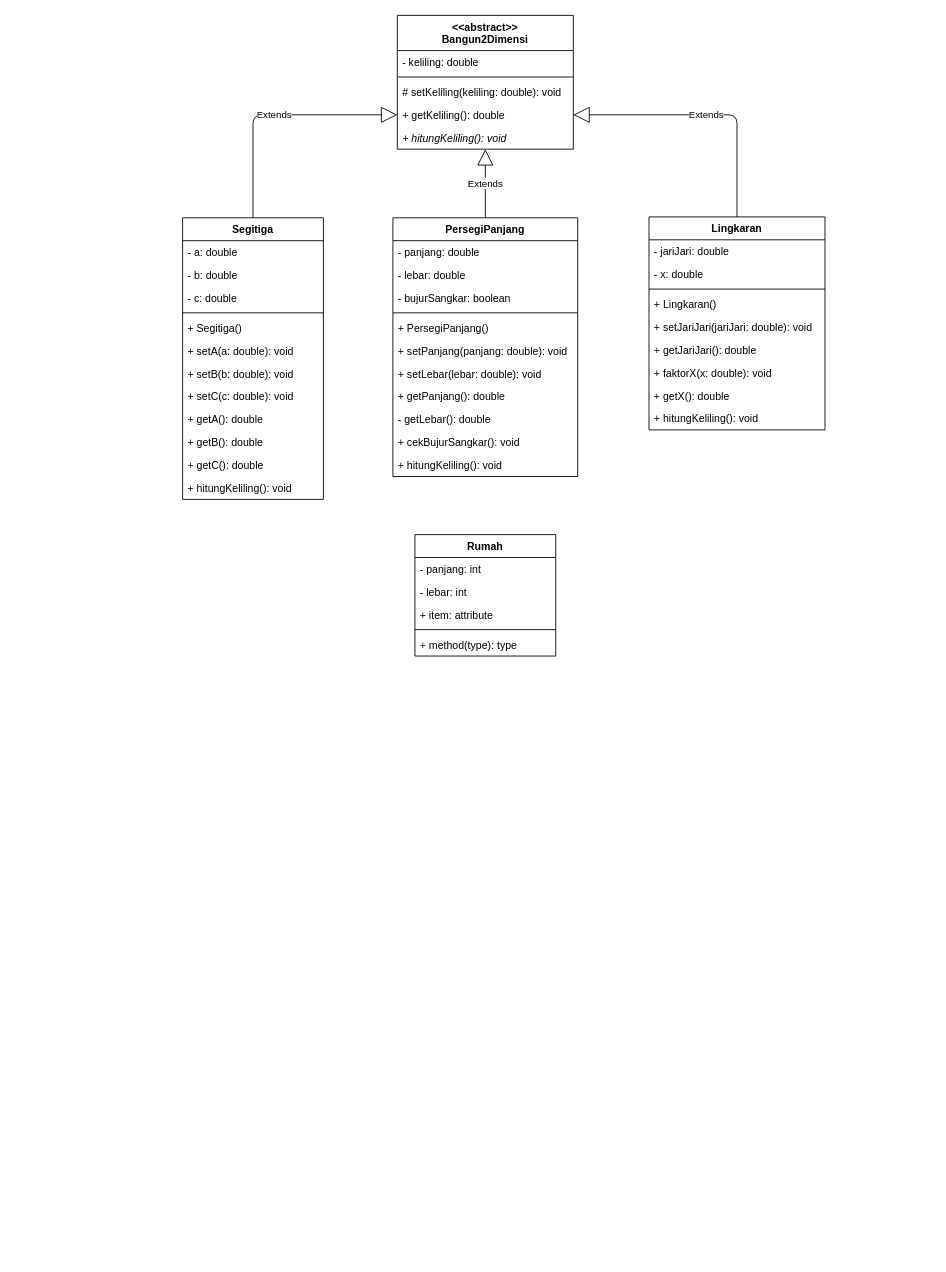
freyaldi/unsri-4-OOP keeps this draw.io diagram as Task02.drawio. Above is the earlier version. Source tidied: cells renumbered, new cells numbered last; positions are measured from the earlier drawing's top-left corner, leaving out a move shared by most shapes. Both pictures are drawn from the tidied source at 88%, with x=0, y=0 at pixel (182, 15).
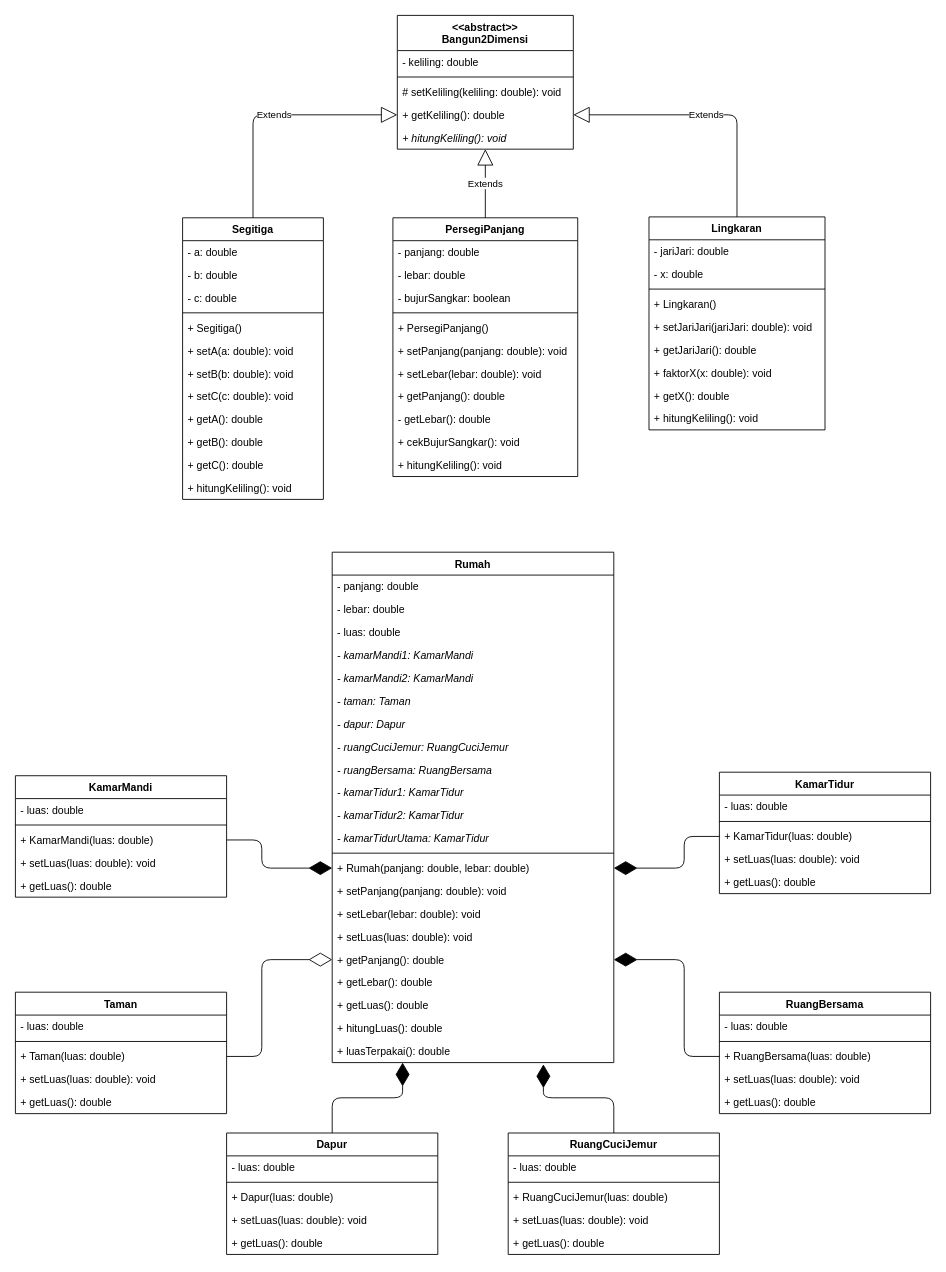
After the change.

Change to the diagram source:
```diff
@@
+    <mxCell id="53" style="group;" parent="1" vertex="1">
+      <mxGeometry x="-190" y="610" width="1040" height="798" as="geometry" />
+    </mxCell>
-    <mxCell id="47" value="Rumah" style="swimlane;fontStyle=1;align=center;verticalAlign=top;horizontal=1;startSize=26;" parent="1" vertex="1">
-      <mxGeometry x="264" y="590" width="160" height="138" as="geometry" />
+    <mxCell id="47" value="Rumah" style="swimlane;fontStyle=1;align=center;verticalAlign=top;horizontal=1;startSize=26;" parent="53" vertex="1">
+      <mxGeometry x="360" width="320" height="580" as="geometry" />
     </mxCell>
-    <mxCell id="48" value="- panjang: int" style="text;strokeColor=none;fillColor=none;align=left;verticalAlign=top;spacingLeft=4;spacingRight=4;overflow=hidden;" parent="47" vertex="1">
-      <mxGeometry y="26" width="160" height="26" as="geometry" />
+    <mxCell id="48" value="- panjang: double" style="text;strokeColor=none;fillColor=none;align=left;verticalAlign=top;spacingLeft=4;spacingRight=4;overflow=hidden;" parent="47" vertex="1">
+      <mxGeometry y="26" width="320" height="26" as="geometry" />
     </mxCell>
-    <mxCell id="49" value="- lebar: int" style="text;strokeColor=none;fillColor=none;align=left;verticalAlign=top;spacingLeft=4;spacingRight=4;overflow=hidden;" parent="47" vertex="1">
-      <mxGeometry y="52" width="160" height="26" as="geometry" />
+    <mxCell id="49" value="- lebar: double" style="text;strokeColor=none;fillColor=none;align=left;verticalAlign=top;spacingLeft=4;spacingRight=4;overflow=hidden;" parent="47" vertex="1">
+      <mxGeometry y="52" width="320" height="26" as="geometry" />
     </mxCell>
-    <mxCell id="50" value="+ item: attribute" style="text;strokeColor=none;fillColor=none;align=left;verticalAlign=top;spacingLeft=4;spacingRight=4;overflow=hidden;" parent="47" vertex="1">
-      <mxGeometry y="78" width="160" height="26" as="geometry" />
+    <mxCell id="50" value="- luas: double" style="text;strokeColor=none;fillColor=none;align=left;verticalAlign=top;spacingLeft=4;spacingRight=4;overflow=hidden;" parent="47" vertex="1">
+      <mxGeometry y="78" width="320" height="26" as="geometry" />
     </mxCell>
+    <mxCell id="54" value="- kamarMandi1: KamarMandi" style="text;strokeColor=none;fillColor=none;align=left;verticalAlign=top;spacingLeft=4;spacingRight=4;overflow=hidden;fontStyle=2;" parent="47" vertex="1">
+      <mxGeometry y="104" width="320" height="26" as="geometry" />
+    </mxCell>
+    <mxCell id="55" value="- kamarMandi2: KamarMandi" style="text;strokeColor=none;fillColor=none;align=left;verticalAlign=top;spacingLeft=4;spacingRight=4;overflow=hidden;fontStyle=2;" parent="47" vertex="1">
+      <mxGeometry y="130" width="320" height="26" as="geometry" />
+    </mxCell>
+    <mxCell id="56" value="- taman: Taman" style="text;strokeColor=none;fillColor=none;align=left;verticalAlign=top;spacingLeft=4;spacingRight=4;overflow=hidden;fontStyle=2;" parent="47" vertex="1">
+      <mxGeometry y="156" width="320" height="26" as="geometry" />
+    </mxCell>
+    <mxCell id="57" value="- dapur: Dapur" style="text;strokeColor=none;fillColor=none;align=left;verticalAlign=top;spacingLeft=4;spacingRight=4;overflow=hidden;fontStyle=2;" parent="47" vertex="1">
+      <mxGeometry y="182" width="320" height="26" as="geometry" />
+    </mxCell>
+    <mxCell id="58" value="- ruangCuciJemur: RuangCuciJemur" style="text;strokeColor=none;fillColor=none;align=left;verticalAlign=top;spacingLeft=4;spacingRight=4;overflow=hidden;fontStyle=2;" parent="47" vertex="1">
+      <mxGeometry y="208" width="320" height="26" as="geometry" />
+    </mxCell>
+    <mxCell id="59" value="- ruangBersama: RuangBersama" style="text;strokeColor=none;fillColor=none;align=left;verticalAlign=top;spacingLeft=4;spacingRight=4;overflow=hidden;fontStyle=2;" parent="47" vertex="1">
+      <mxGeometry y="234" width="320" height="26" as="geometry" />
+    </mxCell>
+    <mxCell id="60" value="- kamarTidur1: KamarTidur" style="text;strokeColor=none;fillColor=none;align=left;verticalAlign=top;spacingLeft=4;spacingRight=4;overflow=hidden;fontStyle=2;" parent="47" vertex="1">
+      <mxGeometry y="260" width="320" height="26" as="geometry" />
+    </mxCell>
+    <mxCell id="61" value="- kamarTidur2: KamarTidur" style="text;strokeColor=none;fillColor=none;align=left;verticalAlign=top;spacingLeft=4;spacingRight=4;overflow=hidden;fontStyle=2;" parent="47" vertex="1">
+      <mxGeometry y="286" width="320" height="26" as="geometry" />
+    </mxCell>
+    <mxCell id="62" value="- kamarTidurUtama: KamarTidur" style="text;strokeColor=none;fillColor=none;align=left;verticalAlign=top;spacingLeft=4;spacingRight=4;overflow=hidden;fontStyle=2;" parent="47" vertex="1">
+      <mxGeometry y="312" width="320" height="26" as="geometry" />
+    </mxCell>
     <mxCell id="51" style="line;strokeWidth=1;fillColor=none;align=left;verticalAlign=middle;spacingTop=-1;spacingLeft=3;spacingRight=3;labelPosition=right;" parent="47" vertex="1">
-      <mxGeometry y="104" width="160" height="8" as="geometry" />
+      <mxGeometry y="338" width="320" height="8" as="geometry" />
     </mxCell>
-    <mxCell id="52" value="+ method(type): type" style="text;strokeColor=none;fillColor=none;align=left;verticalAlign=top;spacingLeft=4;spacingRight=4;overflow=hidden;points=[[0,0.5],[1,0.5]];portConstraint=eastwest;" parent="47" vertex="1">
-      <mxGeometry y="112" width="160" height="26" as="geometry" />
+    <mxCell id="52" value="+ Rumah(panjang: double, lebar: double)" style="text;strokeColor=none;fillColor=none;align=left;verticalAlign=top;spacingLeft=4;spacingRight=4;overflow=hidden;points=[[0,0.5],[1,0.5]];portConstraint=eastwest;" parent="47" vertex="1">
+      <mxGeometry y="346" width="320" height="26" as="geometry" />
     </mxCell>
+    <mxCell id="63" value="+ setPanjang(panjang: double): void " style="text;strokeColor=none;fillColor=none;align=left;verticalAlign=top;spacingLeft=4;spacingRight=4;overflow=hidden;" parent="47" vertex="1">
+      <mxGeometry y="372" width="320" height="26" as="geometry" />
+    </mxCell>
+    <mxCell id="64" value="+ setLebar(lebar: double): void" style="text;strokeColor=none;fillColor=none;align=left;verticalAlign=top;spacingLeft=4;spacingRight=4;overflow=hidden;" parent="47" vertex="1">
+      <mxGeometry y="398" width="320" height="26" as="geometry" />
+    </mxCell>
+    <mxCell id="65" value="+ setLuas(luas: double): void" style="text;strokeColor=none;fillColor=none;align=left;verticalAlign=top;spacingLeft=4;spacingRight=4;overflow=hidden;" parent="47" vertex="1">
+      <mxGeometry y="424" width="320" height="26" as="geometry" />
+    </mxCell>
+    <mxCell id="66" value="+ getPanjang(): double" style="text;strokeColor=none;fillColor=none;align=left;verticalAlign=top;spacingLeft=4;spacingRight=4;overflow=hidden;points=[[0,0.5],[1,0.5]];portConstraint=eastwest;" parent="47" vertex="1">
+      <mxGeometry y="450" width="320" height="26" as="geometry" />
+    </mxCell>
+    <mxCell id="67" value="+ getLebar(): double" style="text;strokeColor=none;fillColor=none;align=left;verticalAlign=top;spacingLeft=4;spacingRight=4;overflow=hidden;" parent="47" vertex="1">
+      <mxGeometry y="476" width="320" height="26" as="geometry" />
+    </mxCell>
+    <mxCell id="68" value="+ getLuas(): double" style="text;strokeColor=none;fillColor=none;align=left;verticalAlign=top;spacingLeft=4;spacingRight=4;overflow=hidden;" parent="47" vertex="1">
+      <mxGeometry y="502" width="320" height="26" as="geometry" />
+    </mxCell>
+    <mxCell id="69" value="+ hitungLuas(): double" style="text;strokeColor=none;fillColor=none;align=left;verticalAlign=top;spacingLeft=4;spacingRight=4;overflow=hidden;" parent="47" vertex="1">
+      <mxGeometry y="528" width="320" height="26" as="geometry" />
+    </mxCell>
+    <mxCell id="70" value="+ luasTerpakai(): double" style="text;strokeColor=none;fillColor=none;align=left;verticalAlign=top;spacingLeft=4;spacingRight=4;overflow=hidden;points=[[0,0.5],[1,0.5]];portConstraint=eastwest;" parent="47" vertex="1">
+      <mxGeometry y="554" width="320" height="26" as="geometry" />
+    </mxCell>
+    <mxCell id="71" value="KamarMandi" style="swimlane;fontStyle=1;align=center;verticalAlign=top;horizontal=1;startSize=26;" parent="53" vertex="1">
+      <mxGeometry y="254" width="240" height="138" as="geometry" />
+    </mxCell>
+    <mxCell id="72" value="- luas: double" style="text;strokeColor=none;fillColor=none;align=left;verticalAlign=top;spacingLeft=4;spacingRight=4;overflow=hidden;" parent="71" vertex="1">
+      <mxGeometry y="26" width="240" height="26" as="geometry" />
+    </mxCell>
+    <mxCell id="73" style="line;strokeWidth=1;fillColor=none;align=left;verticalAlign=middle;spacingTop=-1;spacingLeft=3;spacingRight=3;labelPosition=right;" parent="71" vertex="1">
+      <mxGeometry y="52" width="240" height="8" as="geometry" />
+    </mxCell>
+    <mxCell id="74" value="+ KamarMandi(luas: double)" style="text;strokeColor=none;fillColor=none;align=left;verticalAlign=top;spacingLeft=4;spacingRight=4;overflow=hidden;points=[[0,0.5],[1,0.5]];portConstraint=eastwest;" parent="71" vertex="1">
+      <mxGeometry y="60" width="240" height="26" as="geometry" />
+    </mxCell>
+    <mxCell id="75" value="+ setLuas(luas: double): void" style="text;strokeColor=none;fillColor=none;align=left;verticalAlign=top;spacingLeft=4;spacingRight=4;overflow=hidden;" parent="71" vertex="1">
+      <mxGeometry y="86" width="240" height="26" as="geometry" />
+    </mxCell>
+    <mxCell id="76" value="+ getLuas(): double" style="text;strokeColor=none;fillColor=none;align=left;verticalAlign=top;spacingLeft=4;spacingRight=4;overflow=hidden;" parent="71" vertex="1">
+      <mxGeometry y="112" width="240" height="26" as="geometry" />
+    </mxCell>
+    <mxCell id="77" value="RuangCuciJemur" style="swimlane;fontStyle=1;align=center;verticalAlign=top;horizontal=1;startSize=26;" parent="53" vertex="1">
+      <mxGeometry x="560" y="660" width="240" height="138" as="geometry" />
+    </mxCell>
+    <mxCell id="78" value="- luas: double" style="text;strokeColor=none;fillColor=none;align=left;verticalAlign=top;spacingLeft=4;spacingRight=4;overflow=hidden;" parent="77" vertex="1">
+      <mxGeometry y="26" width="240" height="26" as="geometry" />
+    </mxCell>
+    <mxCell id="79" style="line;strokeWidth=1;fillColor=none;align=left;verticalAlign=middle;spacingTop=-1;spacingLeft=3;spacingRight=3;labelPosition=right;" parent="77" vertex="1">
+      <mxGeometry y="52" width="240" height="8" as="geometry" />
+    </mxCell>
+    <mxCell id="80" value="+ RuangCuciJemur(luas: double)" style="text;strokeColor=none;fillColor=none;align=left;verticalAlign=top;spacingLeft=4;spacingRight=4;overflow=hidden;" parent="77" vertex="1">
+      <mxGeometry y="60" width="240" height="26" as="geometry" />
+    </mxCell>
+    <mxCell id="81" value="+ setLuas(luas: double): void" style="text;strokeColor=none;fillColor=none;align=left;verticalAlign=top;spacingLeft=4;spacingRight=4;overflow=hidden;" parent="77" vertex="1">
+      <mxGeometry y="86" width="240" height="26" as="geometry" />
+    </mxCell>
+    <mxCell id="82" value="+ getLuas(): double" style="text;strokeColor=none;fillColor=none;align=left;verticalAlign=top;spacingLeft=4;spacingRight=4;overflow=hidden;" parent="77" vertex="1">
+      <mxGeometry y="112" width="240" height="26" as="geometry" />
+    </mxCell>
+    <mxCell id="83" value="Dapur" style="swimlane;fontStyle=1;align=center;verticalAlign=top;horizontal=1;startSize=26;" parent="53" vertex="1">
+      <mxGeometry x="240" y="660" width="240" height="138" as="geometry" />
+    </mxCell>
+    <mxCell id="84" value="- luas: double" style="text;strokeColor=none;fillColor=none;align=left;verticalAlign=top;spacingLeft=4;spacingRight=4;overflow=hidden;" parent="83" vertex="1">
+      <mxGeometry y="26" width="240" height="26" as="geometry" />
+    </mxCell>
+    <mxCell id="85" style="line;strokeWidth=1;fillColor=none;align=left;verticalAlign=middle;spacingTop=-1;spacingLeft=3;spacingRight=3;labelPosition=right;" parent="83" vertex="1">
+      <mxGeometry y="52" width="240" height="8" as="geometry" />
+    </mxCell>
+    <mxCell id="86" value="+ Dapur(luas: double)" style="text;strokeColor=none;fillColor=none;align=left;verticalAlign=top;spacingLeft=4;spacingRight=4;overflow=hidden;" parent="83" vertex="1">
+      <mxGeometry y="60" width="240" height="26" as="geometry" />
+    </mxCell>
+    <mxCell id="87" value="+ setLuas(luas: double): void" style="text;strokeColor=none;fillColor=none;align=left;verticalAlign=top;spacingLeft=4;spacingRight=4;overflow=hidden;" parent="83" vertex="1">
+      <mxGeometry y="86" width="240" height="26" as="geometry" />
+    </mxCell>
+    <mxCell id="88" value="+ getLuas(): double" style="text;strokeColor=none;fillColor=none;align=left;verticalAlign=top;spacingLeft=4;spacingRight=4;overflow=hidden;" parent="83" vertex="1">
+      <mxGeometry y="112" width="240" height="26" as="geometry" />
+    </mxCell>
+    <mxCell id="89" value="RuangBersama" style="swimlane;fontStyle=1;align=center;verticalAlign=top;horizontal=1;startSize=26;" parent="53" vertex="1">
+      <mxGeometry x="800" y="500" width="240" height="138" as="geometry" />
+    </mxCell>
+    <mxCell id="90" value="- luas: double" style="text;strokeColor=none;fillColor=none;align=left;verticalAlign=top;spacingLeft=4;spacingRight=4;overflow=hidden;" parent="89" vertex="1">
+      <mxGeometry y="26" width="240" height="26" as="geometry" />
+    </mxCell>
+    <mxCell id="91" style="line;strokeWidth=1;fillColor=none;align=left;verticalAlign=middle;spacingTop=-1;spacingLeft=3;spacingRight=3;labelPosition=right;" parent="89" vertex="1">
+      <mxGeometry y="52" width="240" height="8" as="geometry" />
+    </mxCell>
+    <mxCell id="92" value="+ RuangBersama(luas: double)" style="text;strokeColor=none;fillColor=none;align=left;verticalAlign=top;spacingLeft=4;spacingRight=4;overflow=hidden;points=[[0,0.5],[1,0.5]];portConstraint=eastwest;" parent="89" vertex="1">
+      <mxGeometry y="60" width="240" height="26" as="geometry" />
+    </mxCell>
+    <mxCell id="93" value="+ setLuas(luas: double): void" style="text;strokeColor=none;fillColor=none;align=left;verticalAlign=top;spacingLeft=4;spacingRight=4;overflow=hidden;" parent="89" vertex="1">
+      <mxGeometry y="86" width="240" height="26" as="geometry" />
+    </mxCell>
+    <mxCell id="94" value="+ getLuas(): double" style="text;strokeColor=none;fillColor=none;align=left;verticalAlign=top;spacingLeft=4;spacingRight=4;overflow=hidden;" parent="89" vertex="1">
+      <mxGeometry y="112" width="240" height="26" as="geometry" />
+    </mxCell>
+    <mxCell id="95" value="Taman" style="swimlane;fontStyle=1;align=center;verticalAlign=top;horizontal=1;startSize=26;" parent="53" vertex="1">
+      <mxGeometry y="500" width="240" height="138" as="geometry" />
+    </mxCell>
+    <mxCell id="96" value="- luas: double" style="text;strokeColor=none;fillColor=none;align=left;verticalAlign=top;spacingLeft=4;spacingRight=4;overflow=hidden;" parent="95" vertex="1">
+      <mxGeometry y="26" width="240" height="26" as="geometry" />
+    </mxCell>
+    <mxCell id="97" style="line;strokeWidth=1;fillColor=none;align=left;verticalAlign=middle;spacingTop=-1;spacingLeft=3;spacingRight=3;labelPosition=right;" parent="95" vertex="1">
+      <mxGeometry y="52" width="240" height="8" as="geometry" />
+    </mxCell>
+    <mxCell id="98" value="+ Taman(luas: double)" style="text;strokeColor=none;fillColor=none;align=left;verticalAlign=top;spacingLeft=4;spacingRight=4;overflow=hidden;points=[[0,0.5],[1,0.5]];portConstraint=eastwest;" parent="95" vertex="1">
+      <mxGeometry y="60" width="240" height="26" as="geometry" />
+    </mxCell>
+    <mxCell id="99" value="+ setLuas(luas: double): void" style="text;strokeColor=none;fillColor=none;align=left;verticalAlign=top;spacingLeft=4;spacingRight=4;overflow=hidden;" parent="95" vertex="1">
+      <mxGeometry y="86" width="240" height="26" as="geometry" />
+    </mxCell>
+    <mxCell id="100" value="+ getLuas(): double" style="text;strokeColor=none;fillColor=none;align=left;verticalAlign=top;spacingLeft=4;spacingRight=4;overflow=hidden;" parent="95" vertex="1">
+      <mxGeometry y="112" width="240" height="26" as="geometry" />
+    </mxCell>
+    <mxCell id="101" value="KamarTidur" style="swimlane;fontStyle=1;align=center;verticalAlign=top;horizontal=1;startSize=26;" parent="53" vertex="1">
+      <mxGeometry x="800" y="250" width="240" height="138" as="geometry" />
+    </mxCell>
+    <mxCell id="102" value="- luas: double" style="text;strokeColor=none;fillColor=none;align=left;verticalAlign=top;spacingLeft=4;spacingRight=4;overflow=hidden;" parent="101" vertex="1">
+      <mxGeometry y="26" width="240" height="26" as="geometry" />
+    </mxCell>
+    <mxCell id="103" style="line;strokeWidth=1;fillColor=none;align=left;verticalAlign=middle;spacingTop=-1;spacingLeft=3;spacingRight=3;labelPosition=right;" parent="101" vertex="1">
+      <mxGeometry y="52" width="240" height="8" as="geometry" />
+    </mxCell>
+    <mxCell id="104" value="+ KamarTidur(luas: double)" style="text;strokeColor=none;fillColor=none;align=left;verticalAlign=top;spacingLeft=4;spacingRight=4;overflow=hidden;points=[[0,0.5],[1,0.5]];portConstraint=eastwest;" parent="101" vertex="1">
+      <mxGeometry y="60" width="240" height="26" as="geometry" />
+    </mxCell>
+    <mxCell id="105" value="+ setLuas(luas: double): void" style="text;strokeColor=none;fillColor=none;align=left;verticalAlign=top;spacingLeft=4;spacingRight=4;overflow=hidden;" parent="101" vertex="1">
+      <mxGeometry y="86" width="240" height="26" as="geometry" />
+    </mxCell>
+    <mxCell id="106" value="+ getLuas(): double" style="text;strokeColor=none;fillColor=none;align=left;verticalAlign=top;spacingLeft=4;spacingRight=4;overflow=hidden;" parent="101" vertex="1">
+      <mxGeometry y="112" width="240" height="26" as="geometry" />
+    </mxCell>
+    <mxCell id="107" style="endArrow=diamondThin;endFill=1;endSize=24;html=1;exitX=1;exitY=0.5;exitDx=0;exitDy=0;entryX=0;entryY=0.5;entryDx=0;entryDy=0;" parent="53" edge="1" source="74" target="52">
+      <mxGeometry relative="1" as="geometry">
+        <Array as="points">
+          <mxPoint x="280" y="327" />
+          <mxPoint x="280" y="359" />
+        </Array>
+      </mxGeometry>
+    </mxCell>
+    <mxCell id="108" style="endArrow=diamondThin;endFill=1;endSize=24;html=1;exitX=0;exitY=0.5;exitDx=0;exitDy=0;entryX=1;entryY=0.5;entryDx=0;entryDy=0;" parent="53" edge="1" source="104" target="52">
+      <mxGeometry relative="1" as="geometry">
+        <Array as="points">
+          <mxPoint x="760" y="323" />
+          <mxPoint x="760" y="359" />
+        </Array>
+      </mxGeometry>
+    </mxCell>
+    <mxCell id="109" style="endArrow=diamondThin;endFill=1;endSize=24;html=1;exitX=0;exitY=0.5;exitDx=0;exitDy=0;entryX=1;entryY=0.5;entryDx=0;entryDy=0;" parent="53" edge="1" source="92" target="66">
+      <mxGeometry relative="1" as="geometry">
+        <Array as="points">
+          <mxPoint x="760" y="573" />
+          <mxPoint x="760" y="463" />
+        </Array>
+      </mxGeometry>
+    </mxCell>
+    <mxCell id="110" style="endArrow=diamondThin;endFill=1;endSize=24;html=1;exitX=0.5;exitY=0;exitDx=0;exitDy=0;entryX=0.75;entryY=1.077;entryDx=0;entryDy=0;entryPerimeter=0;" parent="53" edge="1" source="77" target="70">
+      <mxGeometry relative="1" as="geometry">
+        <Array as="points">
+          <mxPoint x="680" y="620" />
+          <mxPoint x="600" y="620" />
+        </Array>
+      </mxGeometry>
+    </mxCell>
+    <mxCell id="111" style="endArrow=diamondThin;endFill=1;endSize=24;html=1;exitX=0.5;exitY=0;exitDx=0;exitDy=0;entryX=0.25;entryY=1;entryDx=0;entryDy=0;entryPerimeter=0;" parent="53" edge="1" source="83" target="70">
+      <mxGeometry relative="1" as="geometry">
+        <Array as="points">
+          <mxPoint x="360" y="620" />
+          <mxPoint x="440" y="620" />
+        </Array>
+      </mxGeometry>
+    </mxCell>
+    <mxCell id="112" style="endArrow=diamondThin;endFill=0;endSize=24;html=1;exitX=1;exitY=0.5;exitDx=0;exitDy=0;entryX=0;entryY=0.5;entryDx=0;entryDy=0;" parent="53" edge="1" source="98" target="66">
+      <mxGeometry relative="1" as="geometry">
+        <Array as="points">
+          <mxPoint x="280" y="573" />
+          <mxPoint x="280" y="463" />
+        </Array>
+      </mxGeometry>
+    </mxCell>
```
